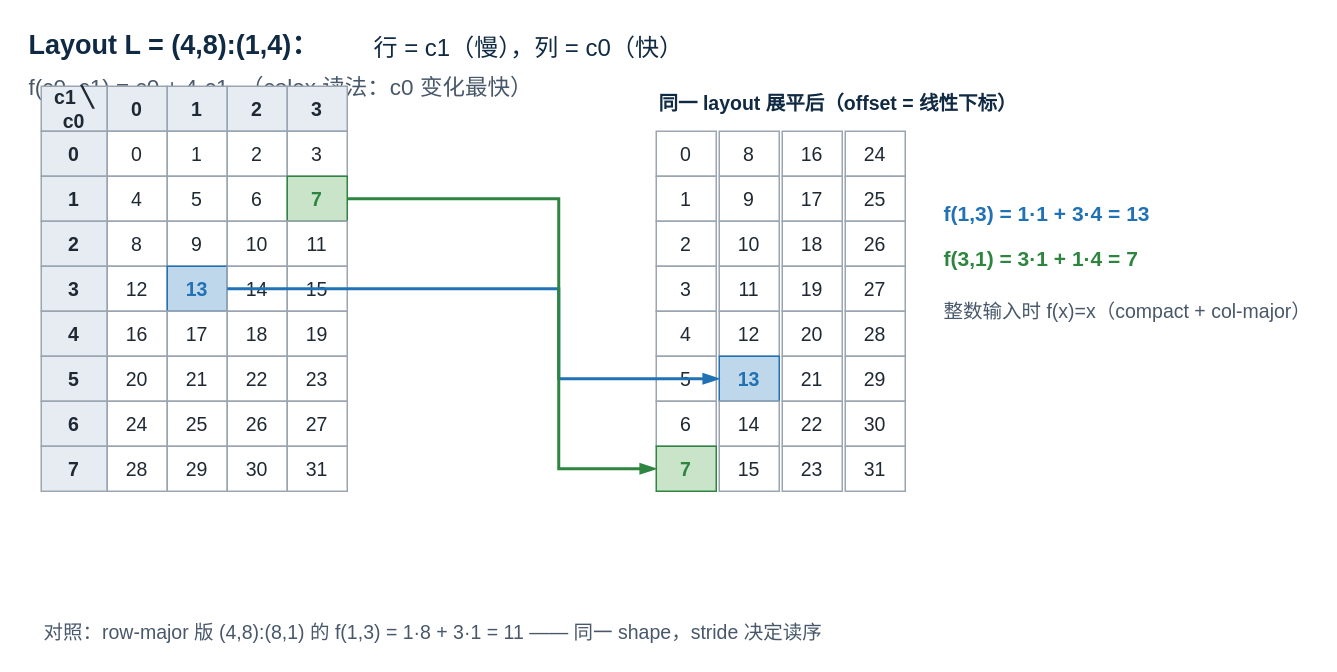
Before: kernels/interview/book/figures/drawio/fig-20-1-colex/fig-20-1.drawio in xlite-dev/LeetCUDA, a draw.io diagram. Source tidied: cells renumbered, new cells numbered last; positions are measured from the earlier drawing's top-left corner, leaving out a move shared by most shapes. Both pictures are drawn from the tidied source at 150%, with x=0, y=0 at pixel (26, 26).
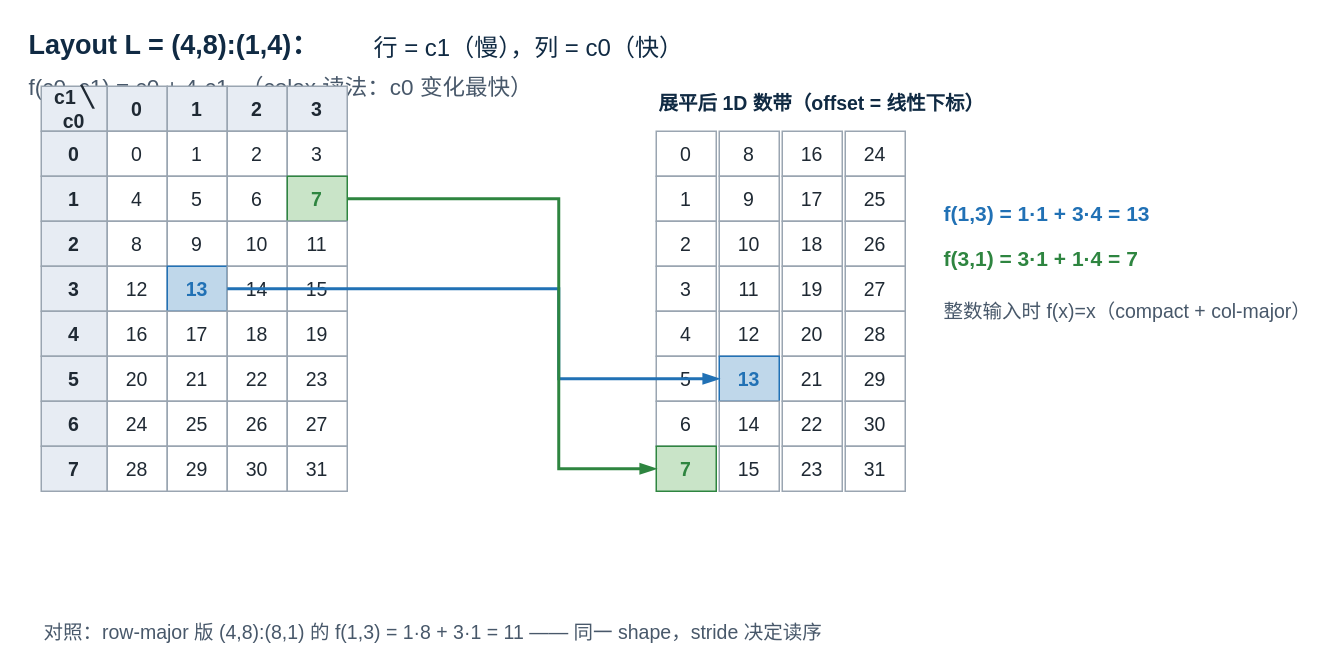
The same diagram, later.

The edit, as a diff of the source:
```diff
@@
-    <mxCell id="50" value="同一 layout 展平后（offset = 线性下标）" style="text;html=1;align=left;verticalAlign=middle;fontSize=13;fontStyle=1;fontColor=#102a43;" parent="1" vertex="1">
-      <mxGeometry x="420" y="36" width="420" height="30" as="geometry" />
+    <mxCell id="50" value="展平后 1D 数带（offset = 线性下标）" style="text;html=1;align=left;verticalAlign=middle;fontSize=13;fontStyle=1;fontColor=#102a43;" parent="1" vertex="1">
+      <mxGeometry x="420" y="36" width="300" height="30" as="geometry" />
     </mxCell>
```
